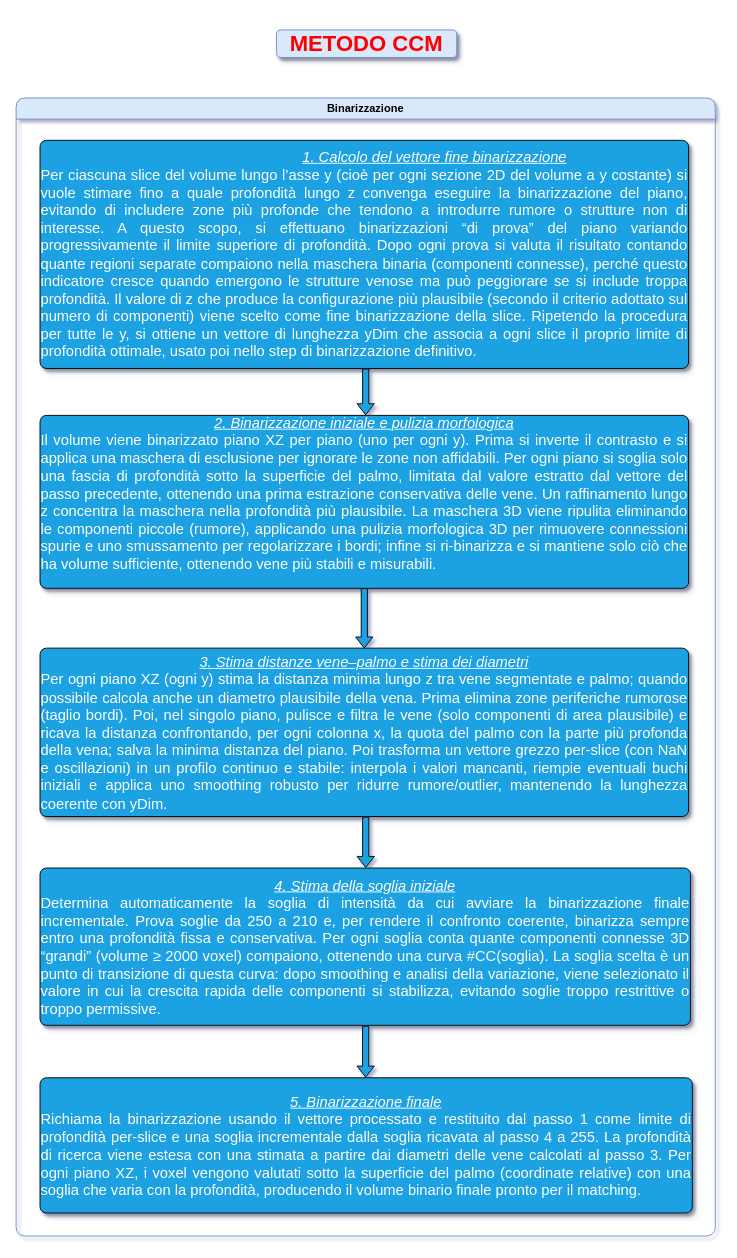
Before: page "Schematizzazione binarizzazione" (1 of 6) of Progetto Stolfi/doc/flowcharts/flowcharts_binarizzazione.drawio in NabboGamer/Progetto-Sensori, a draw.io diagram. Source tidied: cells renumbered, new cells numbered last; positions are measured from the earlier drawing's top-left corner, leaving out a move shared by most shapes. Both pictures are drawn from the tidied source at 92%, with x=0, y=0 at pixel (16, 29).
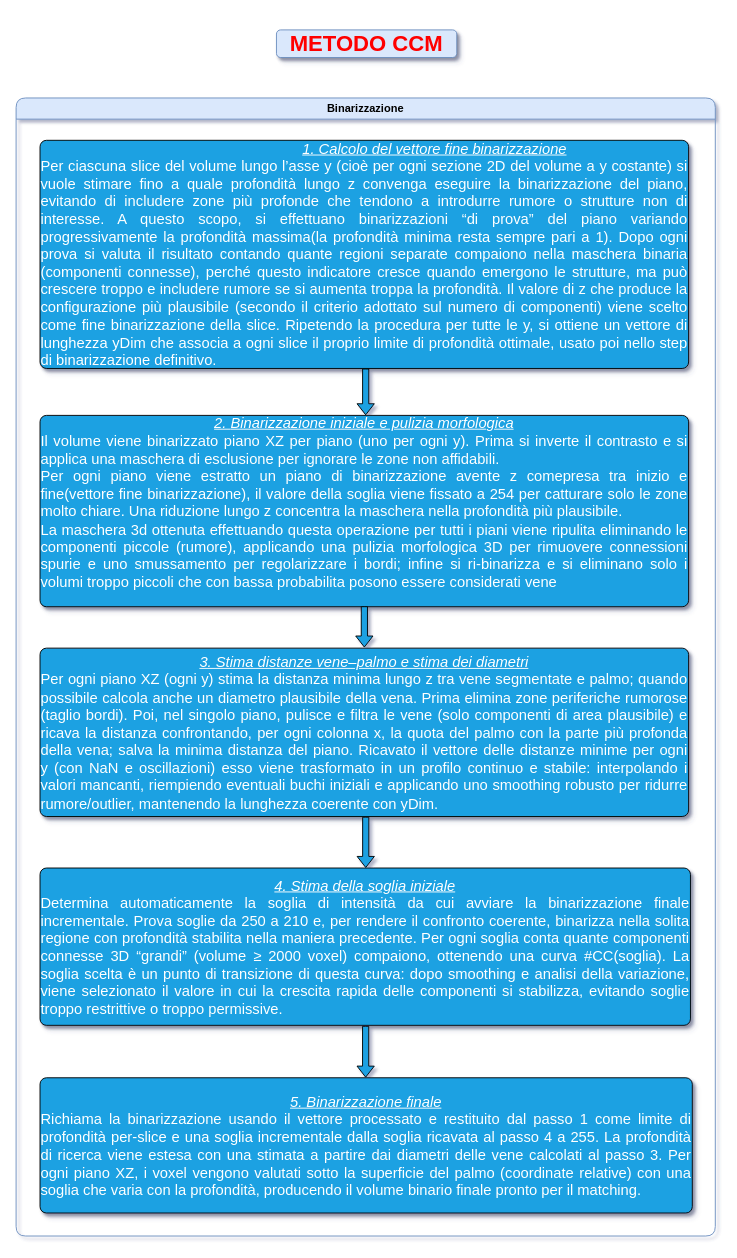
Above is the later version.

Commit message:
αrefactor(doc): Implementate modifiche richieste dal prof al primo flowchart

Diff of the diagram source:
```diff
@@
 <mxGraphModel shadow="1">
   <root>
     <mxCell id="0" />
     <mxCell id="1" parent="0" />
     <mxCell id="2" value="&lt;h1&gt;&lt;font style=&quot;color: light-dark(rgb(255, 0, 0), rgb(237, 237, 237));&quot; face=&quot;Helvetica&quot;&gt;METODO CCM&lt;/font&gt;&lt;/h1&gt;" style="text;html=1;whiteSpace=wrap;strokeColor=#6c8ebf;fillColor=#dae8fc;align=center;verticalAlign=middle;rounded=1;fontFamily=Book Antiqua;shadow=1;perimeterSpacing=1;" parent="1" vertex="1">
       <mxGeometry x="283" width="196" height="30" as="geometry" />
     </mxCell>
     <mxCell id="3" value="Binarizzazione" style="swimlane;whiteSpace=wrap;html=1;rounded=1;fillColor=#dae8fc;strokeColor=#6c8ebf;" parent="1" vertex="1">
       <mxGeometry y="74" width="760" height="1237" as="geometry" />
     </mxCell>
-    <mxCell id="4" value="&lt;div style=&quot;text-align: justify;&quot;&gt;&lt;span style=&quot;font-size: 16px; background-color: transparent; color: light-dark(rgb(255, 255, 255), rgb(18, 18, 18));&quot;&gt;&lt;u&gt;&lt;i&gt;&lt;span style=&quot;white-space: pre;&quot;&gt;&#9;&lt;/span&gt;&lt;span style=&quot;white-space: pre;&quot;&gt;&#9;&lt;/span&gt;&lt;span style=&quot;white-space: pre;&quot;&gt;&#9;&lt;/span&gt;&lt;span style=&quot;white-space: pre;&quot;&gt;&#9;&lt;/span&gt;&lt;span style=&quot;white-space: pre;&quot;&gt;&#9;&lt;/span&gt;&lt;span style=&quot;white-space: pre;&quot;&gt;&#9;&lt;/span&gt;&lt;span style=&quot;white-space: pre;&quot;&gt;&#9;&lt;/span&gt;&lt;span style=&quot;white-space: pre;&quot;&gt;&#9;&lt;/span&gt;1. Calcolo del vettore fine binarizzazione&lt;/i&gt;&lt;/u&gt;&lt;/span&gt;&lt;/div&gt;&lt;div style=&quot;text-align: justify;&quot;&gt;&lt;span style=&quot;font-size: 16px;&quot;&gt;Per ciascuna slice del volume lungo l’asse y (cioè per ogni sezione 2D del volume a y costante) si vuole stimare fino a quale profondità lungo z convenga eseguire la binarizzazione del piano, evitando di includere zone più profonde che tendono a introdurre rumore o strutture non di interesse. A questo scopo, si effettuano binarizzazioni “di prova” del piano variando progressivamente il limite superiore di profondità. Dopo ogni prova si valuta il risultato contando quante regioni separate compaiono nella maschera binaria (componenti connesse), perché questo indicatore cresce quando emergono le strutture venose ma può peggiorare se si include troppa profondità. Il valore di z che produce la configurazione più plausibile (secondo il criterio adottato sul numero di componenti) viene scelto come fine binarizzazione della slice. Ripetendo la procedura per tutte le y, si ottiene un vettore di lunghezza yDim che associa a ogni slice il proprio limite di profondità ottimale, usato poi nello step di binarizzazione definitivo.&lt;/span&gt;&lt;/div&gt;" style="rounded=1;whiteSpace=wrap;html=1;absoluteArcSize=1;arcSize=14;strokeWidth=1;shadow=1;fillColor=#1ba1e2;fontColor=#ffffff;strokeColor=light-dark(#000000, #51afe7);" parent="3" vertex="1">
+    <mxCell id="4" value="&lt;div style=&quot;text-align: justify;&quot;&gt;&lt;span style=&quot;font-size: 16px; background-color: transparent; color: light-dark(rgb(255, 255, 255), rgb(18, 18, 18));&quot;&gt;&lt;u&gt;&lt;i&gt;&lt;span style=&quot;white-space: pre;&quot;&gt;&#9;&lt;/span&gt;&lt;span style=&quot;white-space: pre;&quot;&gt;&#9;&lt;/span&gt;&lt;span style=&quot;white-space: pre;&quot;&gt;&#9;&lt;/span&gt;&lt;span style=&quot;white-space: pre;&quot;&gt;&#9;&lt;/span&gt;&lt;span style=&quot;white-space: pre;&quot;&gt;&#9;&lt;/span&gt;&lt;span style=&quot;white-space: pre;&quot;&gt;&#9;&lt;/span&gt;&lt;span style=&quot;white-space: pre;&quot;&gt;&#9;&lt;/span&gt;&lt;span style=&quot;white-space: pre;&quot;&gt;&#9;&lt;/span&gt;1. Calcolo del vettore fine binarizzazione&lt;/i&gt;&lt;/u&gt;&lt;/span&gt;&lt;/div&gt;&lt;div style=&quot;text-align: justify;&quot;&gt;&lt;span style=&quot;font-size: 16px;&quot;&gt;Per ciascuna slice del volume lungo l’asse y (cioè per ogni sezione 2D del volume a y costante) si vuole stimare fino a quale profondità lungo z convenga eseguire la binarizzazione del piano, evitando di includere zone più profonde che tendono a introdurre rumore o strutture non di interesse. A questo scopo, si effettuano binarizzazioni “di prova” del piano variando progressivamente la profondità massima(la profondità minima resta sempre pari a 1). Dopo ogni prova si valuta il risultato contando quante regioni separate compaiono nella maschera binaria (componenti connesse), perché questo indicatore cresce quando emergono le strutture, ma può crescere troppo e includere rumore se si aumenta troppa la profondità. Il valore di z che produce la configurazione più plausibile (secondo il criterio adottato sul numero di componenti) viene scelto come fine binarizzazione della slice. Ripetendo la procedura per tutte le y, si ottiene un vettore di lunghezza yDim che associa a ogni slice il proprio limite di profondità ottimale, usato poi nello step di binarizzazione definitivo.&lt;/span&gt;&lt;/div&gt;" style="rounded=1;whiteSpace=wrap;html=1;absoluteArcSize=1;arcSize=14;strokeWidth=1;shadow=1;fillColor=#1ba1e2;fontColor=#ffffff;strokeColor=light-dark(#000000, #51afe7);" parent="3" vertex="1">
       <mxGeometry x="26" y="46" width="705" height="248" as="geometry" />
     </mxCell>
     <mxCell id="5" style="verticalLabelPosition=bottom;verticalAlign=top;html=1;strokeWidth=1;shape=mxgraph.arrows2.arrow;dy=0.64;dx=12.04;notch=0;rotation=90;fillColor=#1ba1e2;fontColor=#ffffff;strokeColor=light-dark(#000000, #51afe7);" parent="3" vertex="1">
       <mxGeometry x="355.1" y="310.1" width="49.8" height="18.8" as="geometry" />
     </mxCell>
-    <mxCell id="6" value="&lt;font face=&quot;Helvetica&quot;&gt;&lt;i&gt;&lt;u&gt;&lt;span style=&quot;font-size: 16px;&quot;&gt;2.&amp;nbsp;&lt;/span&gt;&lt;span style=&quot;font-size: 12pt; line-height: 116%;&quot;&gt;Binarizzazione iniziale e pulizia morfologica&lt;/span&gt;&lt;/u&gt;&lt;/i&gt;&lt;/font&gt;&lt;div&gt;&lt;div style=&quot;text-align: justify;&quot;&gt;&lt;span style=&quot;font-size: 16px; background-color: transparent; color: light-dark(rgb(255, 255, 255), rgb(18, 18, 18));&quot;&gt;Il volume viene binarizzato piano XZ per piano (uno per ogni y). Prima si inverte il contrasto e si applica una maschera di esclusione per ignorare le zone non affidabili. Per ogni piano si soglia solo una fascia di profondità sotto la superficie del palmo, limitata dal valore estratto dal vettore del passo precedente, ottenendo una prima estrazione conservativa delle vene. Un raffinamento lungo z concentra la maschera nella profondità più plausibile.&amp;nbsp;&lt;/span&gt;&lt;span style=&quot;background-color: transparent; text-align: center; font-size: 16px;&quot;&gt;La maschera 3D viene ripulita eliminando le componenti piccole (rumore), applicando una pulizia morfologica 3D per rimuovere connessioni spurie e uno smussamento per regolarizzare i bordi; infine si ri-binarizza e si mantiene solo ciò che ha volume sufficiente, ottenendo vene più stabili e misurabili.&lt;/span&gt;&lt;/div&gt;&lt;div style=&quot;text-align: justify;&quot;&gt;&lt;font face=&quot;Helvetica&quot;&gt;&lt;span style=&quot;font-size: 12pt; line-height: 116%;&quot;&gt;&lt;br&gt;&lt;/span&gt;&lt;/font&gt;&lt;/div&gt;&lt;/div&gt;" style="rounded=1;whiteSpace=wrap;html=1;absoluteArcSize=1;arcSize=14;strokeWidth=1;shadow=1;fillColor=#1ba1e2;fontColor=#ffffff;strokeColor=light-dark(#000000, #51afe7);" parent="3" vertex="1">
-      <mxGeometry x="26" y="345" width="705" height="188" as="geometry" />
+    <mxCell id="6" value="&lt;font face=&quot;Helvetica&quot;&gt;&lt;i&gt;&lt;u&gt;&lt;span style=&quot;font-size: 16px;&quot;&gt;2.&amp;nbsp;&lt;/span&gt;&lt;span style=&quot;font-size: 12pt; line-height: 116%;&quot;&gt;Binarizzazione iniziale e pulizia morfologica&lt;/span&gt;&lt;/u&gt;&lt;/i&gt;&lt;/font&gt;&lt;div&gt;&lt;div style=&quot;text-align: justify;&quot;&gt;&lt;font style=&quot;color: rgb(255, 255, 255);&quot;&gt;&lt;span style=&quot;background-color: transparent;&quot;&gt;&lt;span style=&quot;font-size: 16px;&quot;&gt;Il volume viene binarizzato piano XZ per piano (uno per ogni y). Prima si inverte il contrasto e si applica una maschera di esclusione per ignorare le zone non affidabili.&amp;nbsp;&lt;/span&gt;&lt;/span&gt;&lt;/font&gt;&lt;/div&gt;&lt;div style=&quot;text-align: justify;&quot;&gt;&lt;font style=&quot;color: rgb(255, 255, 255);&quot;&gt;&lt;span style=&quot;background-color: transparent;&quot;&gt;&lt;span style=&quot;font-size: 16px;&quot;&gt;Per ogni piano viene estratto un piano di binarizzazione avente z comepresa tra inizio e fine(vettore fine binarizzazione), il valore della soglia viene fissato a 254 per catturare solo le zone molto chiare.&amp;nbsp;&lt;/span&gt;&lt;/span&gt;&lt;/font&gt;&lt;span style=&quot;font-size: 16px; background-color: transparent;&quot;&gt;Una riduzione lungo z concentra la maschera nella profondità più plausibile.&amp;nbsp;&lt;/span&gt;&lt;/div&gt;&lt;div style=&quot;text-align: justify;&quot;&gt;&lt;font style=&quot;color: rgb(255, 255, 255);&quot;&gt;&lt;span style=&quot;background-color: transparent; text-align: center;&quot;&gt;&lt;span style=&quot;font-size: 16px;&quot;&gt;La maschera 3d ottenuta effettuando questa operazione per tutti i piani&amp;nbsp;viene ripulita eliminando le componenti piccole (rumore), applicando una pulizia morfologica 3D per rimuovere connessioni spurie e uno smussamento per regolarizzare i bordi; infine si ri-binarizza e si&lt;/span&gt;&lt;/span&gt;&lt;/font&gt;&lt;span style=&quot;background-color: transparent; text-align: center; font-size: 16px;&quot;&gt;&amp;nbsp;eliminano solo i volumi troppo piccoli che con bassa probabilita posono essere considerati vene&lt;/span&gt;&lt;/div&gt;&lt;div style=&quot;text-align: justify;&quot;&gt;&lt;font face=&quot;Helvetica&quot;&gt;&lt;span style=&quot;font-size: 12pt; line-height: 116%;&quot;&gt;&lt;br&gt;&lt;/span&gt;&lt;/font&gt;&lt;/div&gt;&lt;/div&gt;" style="rounded=1;whiteSpace=wrap;html=1;absoluteArcSize=1;arcSize=14;strokeWidth=1;shadow=1;fillColor=#1ba1e2;fontColor=#ffffff;strokeColor=light-dark(#000000, #51afe7);" parent="3" vertex="1">
+      <mxGeometry x="26" y="345" width="705" height="208" as="geometry" />
     </mxCell>
-    <mxCell id="7" style="verticalLabelPosition=bottom;verticalAlign=top;html=1;strokeWidth=1;shape=mxgraph.arrows2.arrow;dy=0.64;dx=12.04;notch=0;rotation=90;fillColor=#1ba1e2;fontColor=#ffffff;strokeColor=light-dark(#000000, #51afe7);" parent="3" vertex="1">
-      <mxGeometry x="346.2" y="556.2" width="64.6" height="18.8" as="geometry" />
-    </mxCell>
-    <mxCell id="8" value="&lt;span style=&quot;font-size: 16px;&quot;&gt;&lt;i&gt;&lt;u&gt;3.&amp;nbsp;Stima distanze vene–palmo e stima dei diametri&lt;/u&gt;&lt;/i&gt;&lt;/span&gt;&lt;div style=&quot;text-align: justify;&quot;&gt;&lt;span style=&quot;font-size: 16px;&quot;&gt;Per ogni piano XZ (ogni y) stima la distanza minima lungo z tra vene segmentate e palmo; quando possibile calcola anche un diametro plausibile della vena. Prima elimina zone periferiche rumorose (taglio bordi). Poi, nel singolo piano, pulisce e filtra le vene (solo componenti di area plausibile) e ricava la distanza confrontando, per ogni colonna x, la quota del palmo con la parte più profonda della vena; salva la minima distanza del piano. Poi t&lt;/span&gt;&lt;span style=&quot;background-color: transparent; text-align: center; font-size: 16px;&quot;&gt;rasforma un vettore grezzo per-slice (con NaN e oscillazioni) in un profilo continuo e stabile: interpola i valori mancanti, riempie eventuali buchi iniziali e applica uno smoothing robusto per ridurre rumore/outlier, mantenendo la lunghezza coerente con yDim.&lt;/span&gt;&lt;/div&gt;" style="rounded=1;whiteSpace=wrap;html=1;absoluteArcSize=1;arcSize=14;strokeWidth=1;shadow=1;fillColor=#1ba1e2;fontColor=#ffffff;strokeColor=light-dark(#000000, #51afe7);" parent="3" vertex="1">
+    <mxCell id="8" value="&lt;span style=&quot;font-size: 16px;&quot;&gt;&lt;i&gt;&lt;u&gt;3.&amp;nbsp;Stima distanze vene–palmo e stima dei diametri&lt;/u&gt;&lt;/i&gt;&lt;/span&gt;&lt;div style=&quot;text-align: justify;&quot;&gt;&lt;span style=&quot;font-size: 16px;&quot;&gt;Per ogni piano XZ (ogni y) stima la distanza minima lungo z tra vene segmentate e palmo; quando possibile calcola anche un diametro plausibile della vena. Prima elimina zone periferiche rumorose (taglio bordi). Poi, nel singolo piano, pulisce e filtra le vene (solo componenti di area plausibile) e ricava la distanza confrontando, per ogni colonna x, la quota del palmo con la parte più profonda della vena; salva la minima distanza del piano.&amp;nbsp;&lt;/span&gt;&lt;span style=&quot;background-color: transparent; text-align: center;&quot;&gt;&lt;span style=&quot;font-size: 16px;&quot;&gt;Ricavato il vettore delle distanze minime per ogni y&amp;nbsp;(con NaN e oscillazioni) esso viene trasformato in un profilo continuo e stabile: interpolando i valori mancanti, riempiendo eventuali buchi iniziali e applicando uno smoothing robusto per ridurre rumore/outlier, mantenendo la lunghezza coerente con yDim.&lt;/span&gt;&lt;/span&gt;&lt;/div&gt;" style="rounded=1;whiteSpace=wrap;html=1;absoluteArcSize=1;arcSize=14;strokeWidth=1;shadow=1;fillColor=#1ba1e2;fontColor=#ffffff;strokeColor=light-dark(#000000, #51afe7);" parent="3" vertex="1">
       <mxGeometry x="26" y="598" width="705" height="183" as="geometry" />
     </mxCell>
-    <mxCell id="9" value="&lt;span style=&quot;font-size: 16px;&quot;&gt;&lt;i&gt;&lt;u&gt;4. Stima della soglia iniziale&lt;/u&gt;&lt;/i&gt;&lt;/span&gt;&lt;div style=&quot;text-align: justify;&quot;&gt;&lt;span style=&quot;font-size: 16px;&quot;&gt;Determina automaticamente la soglia di intensità da cui avviare la binarizzazione finale incrementale. Prova soglie da 250 a 210 e, per rendere il confronto coerente, binarizza sempre entro una profondità fissa e conservativa. Per ogni soglia conta quante componenti connesse 3D “grandi” (volume ≥ 2000 voxel) compaiono, ottenendo una curva #CC(soglia). La soglia scelta è un punto di transizione di questa curva: dopo smoothing e analisi della variazione, viene selezionato il valore in cui la crescita rapida delle componenti si stabilizza, evitando soglie troppo restrittive o troppo permissive.&lt;/span&gt;&lt;/div&gt;" style="rounded=1;whiteSpace=wrap;html=1;absoluteArcSize=1;arcSize=14;strokeWidth=1;shadow=1;fillColor=#1ba1e2;fontColor=#ffffff;strokeColor=light-dark(#000000, #51afe7);" parent="3" vertex="1">
+    <mxCell id="9" value="&lt;span style=&quot;font-size: 16px;&quot;&gt;&lt;i&gt;&lt;u&gt;4. Stima della soglia iniziale&lt;/u&gt;&lt;/i&gt;&lt;/span&gt;&lt;div style=&quot;text-align: justify;&quot;&gt;&lt;span style=&quot;font-size: 16px;&quot;&gt;Determina automaticamente la soglia di intensità da cui avviare la binarizzazione finale incrementale. Prova soglie da 250 a 210 e, per rendere il confronto coerente, binarizza nella solita regione con profondità stabilita nella maniera precedente. Per ogni soglia conta quante componenti connesse 3D “grandi” (volume ≥ 2000 voxel) compaiono, ottenendo una curva #CC(soglia). La soglia scelta è un punto di transizione di questa curva: dopo smoothing e analisi della variazione, viene selezionato il valore in cui la crescita rapida delle componenti si stabilizza, evitando soglie troppo restrittive o troppo permissive.&lt;/span&gt;&lt;/div&gt;" style="rounded=1;whiteSpace=wrap;html=1;absoluteArcSize=1;arcSize=14;strokeWidth=1;shadow=1;fillColor=#1ba1e2;fontColor=#ffffff;strokeColor=light-dark(#000000, #51afe7);" parent="3" vertex="1">
       <mxGeometry x="26" y="837" width="707" height="171" as="geometry" />
     </mxCell>
     <mxCell id="10" style="verticalLabelPosition=bottom;verticalAlign=top;html=1;strokeWidth=1;shape=mxgraph.arrows2.arrow;dy=0.64;dx=12.04;notch=0;rotation=90;fillColor=#1ba1e2;fontColor=#ffffff;strokeColor=light-dark(#000000, #51afe7);" parent="3" vertex="1">
       <mxGeometry x="352.7" y="799.7" width="54.7" height="18.8" as="geometry" />
     </mxCell>
     <mxCell id="11" style="verticalLabelPosition=bottom;verticalAlign=top;html=1;strokeWidth=1;shape=mxgraph.arrows2.arrow;dy=0.64;dx=12.04;notch=0;rotation=90;fillColor=#1ba1e2;fontColor=#ffffff;strokeColor=light-dark(#000000, #51afe7);" parent="3" vertex="1">
       <mxGeometry x="352.3" y="1027.3" width="55.3" height="18.8" as="geometry" />
     </mxCell>
     <mxCell id="12" value="&lt;span style=&quot;font-size: 16px;&quot;&gt;&lt;i&gt;&lt;u&gt;5. Binarizzazione finale&lt;/u&gt;&lt;/i&gt;&lt;/span&gt;&lt;div style=&quot;text-align: justify;&quot;&gt;&lt;span style=&quot;font-size: 16px;&quot;&gt;Richiama la binarizzazione usando il vettore processato e restituito dal passo 1 come limite di profondità per-slice e una soglia incrementale dalla soglia ricavata al passo 4 a 255. La profondità di ricerca viene estesa con una stimata a partire dai diametri delle vene calcolati al passo 3. Per ogni piano XZ, i voxel vengono valutati sotto la superficie del palmo (coordinate relative) con una soglia che varia con la profondità, producendo il volume binario finale pronto per il matching.&lt;/span&gt;&lt;/div&gt;" style="rounded=1;whiteSpace=wrap;html=1;absoluteArcSize=1;arcSize=14;strokeWidth=1;shadow=1;fillColor=#1ba1e2;fontColor=#ffffff;strokeColor=light-dark(#000000, #51afe7);perimeterSpacing=0;" parent="3" vertex="1">
       <mxGeometry x="26" y="1065" width="709" height="147" as="geometry" />
     </mxCell>
+    <mxCell id="7" style="verticalLabelPosition=bottom;verticalAlign=top;html=1;strokeWidth=1;shape=mxgraph.arrows2.arrow;dy=0.64;dx=12.04;notch=0;rotation=90;fillColor=#1ba1e2;fontColor=#ffffff;strokeColor=light-dark(#000000, #51afe7);" parent="3" vertex="1">
+      <mxGeometry x="356.6" y="565.5" width="43.9" height="18.8" as="geometry" />
+    </mxCell>
   </root>
 </mxGraphModel>
```
